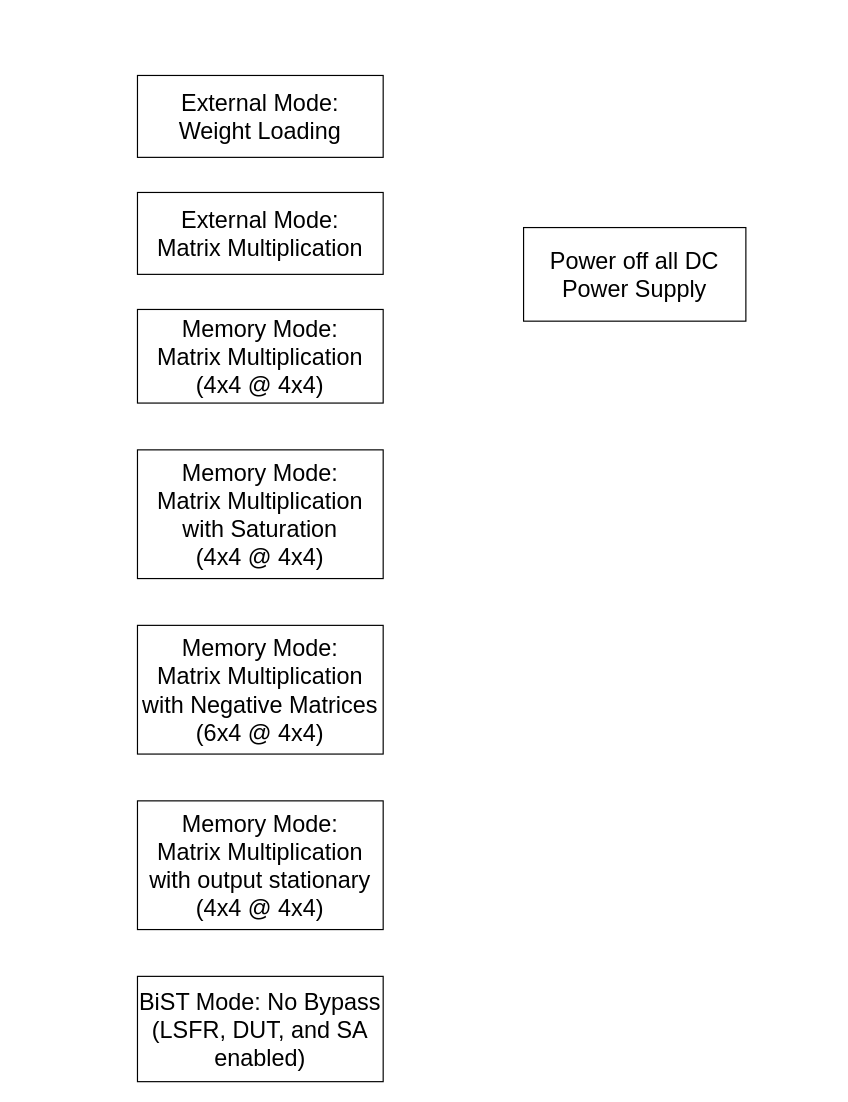
Earlier version of the draw.io diagram lecture/images/presentation_diagrams.drawio (1102131860/Validation_Chip_Characteristics). Source tidied: cells renumbered, new cells numbered last; positions are measured from the earlier drawing's top-left corner, leaving out a move shared by most shapes. Both pictures are drawn from the tidied source at 117%, with x=0, y=0 at pixel (137, 75).
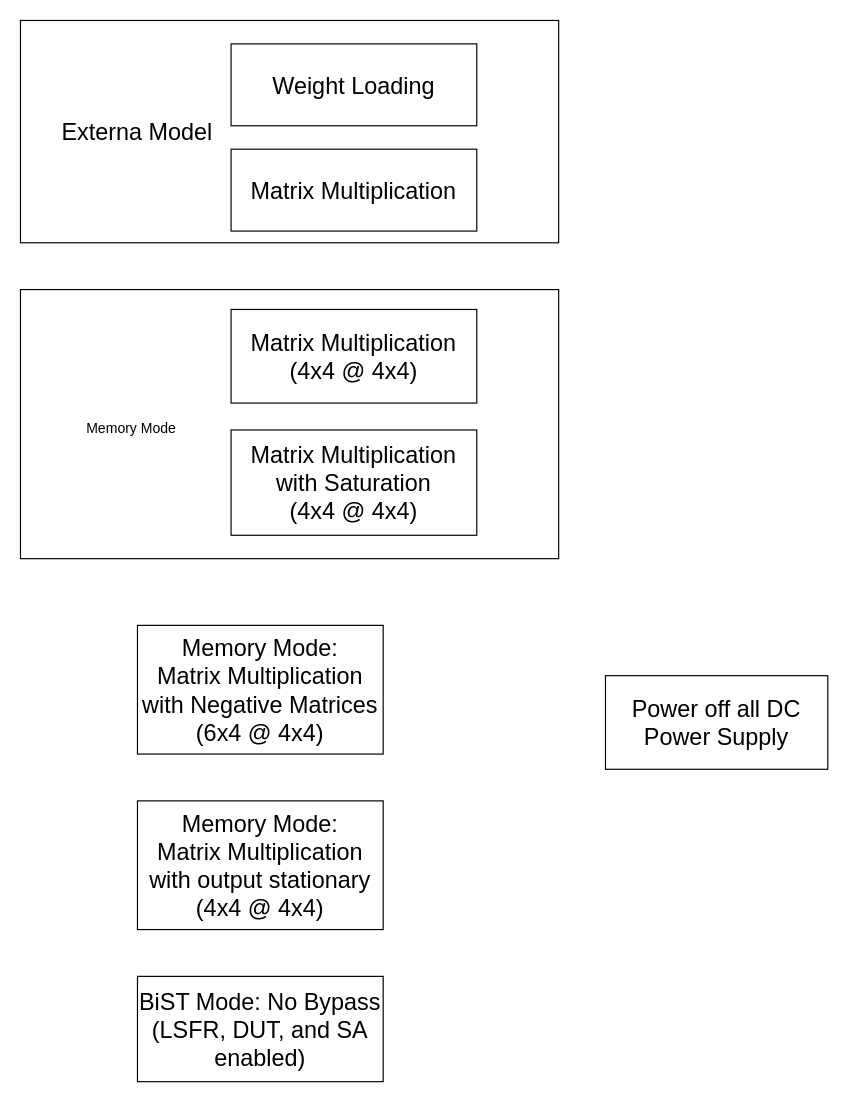
The same diagram, later.

Diff of the diagram source:
```diff
@@
 <mxGraphModel>
   <root>
     <mxCell id="0" />
     <mxCell id="1" parent="0" />
+    <mxCell id="10" style="rounded=0;whiteSpace=wrap;html=1;" parent="1" vertex="1">
+      <mxGeometry x="-100" y="183" width="460" height="230" as="geometry" />
+    </mxCell>
+    <mxCell id="11" style="rounded=0;whiteSpace=wrap;html=1;" parent="1" vertex="1">
+      <mxGeometry x="-100" y="-47" width="460" height="190" as="geometry" />
+    </mxCell>
-    <mxCell id="2" value="&lt;font style=&quot;font-size: 20px;&quot;&gt;External Mode: &lt;br&gt;Weight Loading&lt;/font&gt;" style="rounded=0;whiteSpace=wrap;html=1;" parent="1" vertex="1">
-      <mxGeometry width="210" height="70" as="geometry" />
+    <mxCell id="2" value="&lt;font style=&quot;font-size: 20px;&quot;&gt;Weight Loading&lt;/font&gt;" style="rounded=0;whiteSpace=wrap;html=1;" parent="1" vertex="1">
+      <mxGeometry x="80" y="-27" width="210" height="70" as="geometry" />
     </mxCell>
-    <mxCell id="3" value="&lt;font style=&quot;font-size: 20px;&quot;&gt;External Mode:&lt;br&gt;Matrix Multiplication&lt;/font&gt;" style="rounded=0;whiteSpace=wrap;html=1;" parent="1" vertex="1">
-      <mxGeometry y="100" width="210" height="70" as="geometry" />
+    <mxCell id="3" value="&lt;font style=&quot;font-size: 20px;&quot;&gt;Matrix Multiplication&lt;/font&gt;" style="rounded=0;whiteSpace=wrap;html=1;" parent="1" vertex="1">
+      <mxGeometry x="80" y="63" width="210" height="70" as="geometry" />
     </mxCell>
-    <mxCell id="4" value="&lt;font style=&quot;font-size: 20px;&quot;&gt;Memory Mode:&lt;br&gt;Matrix Multiplication (4x4 @ 4x4)&lt;/font&gt;" style="rounded=0;whiteSpace=wrap;html=1;" parent="1" vertex="1">
-      <mxGeometry y="200" width="210" height="80" as="geometry" />
+    <mxCell id="4" value="&lt;font style=&quot;font-size: 20px;&quot;&gt;Matrix Multiplication (4x4 @ 4x4)&lt;/font&gt;" style="rounded=0;whiteSpace=wrap;html=1;" parent="1" vertex="1">
+      <mxGeometry x="80" y="200" width="210" height="80" as="geometry" />
     </mxCell>
-    <mxCell id="5" value="&lt;font style=&quot;font-size: 20px;&quot;&gt;Memory Mode:&lt;br&gt;Matrix Multiplication with Saturation&lt;br&gt;(4x4 @ 4x4)&lt;/font&gt;" style="rounded=0;whiteSpace=wrap;html=1;" parent="1" vertex="1">
-      <mxGeometry y="320" width="210" height="110" as="geometry" />
+    <mxCell id="5" value="&lt;font style=&quot;font-size: 20px;&quot;&gt;Matrix Multiplication with Saturation&lt;br&gt;(4x4 @ 4x4)&lt;/font&gt;" style="rounded=0;whiteSpace=wrap;html=1;" parent="1" vertex="1">
+      <mxGeometry x="80" y="303" width="210" height="90" as="geometry" />
     </mxCell>
     <mxCell id="6" value="&lt;font style=&quot;font-size: 20px;&quot;&gt;Memory Mode:&lt;br&gt;Matrix Multiplication with Negative Matrices&lt;br&gt;(6x4 @ 4x4)&lt;/font&gt;" style="rounded=0;whiteSpace=wrap;html=1;" parent="1" vertex="1">
       <mxGeometry y="470" width="210" height="110" as="geometry" />
     </mxCell>
     <mxCell id="7" value="&lt;font style=&quot;font-size: 20px;&quot;&gt;Memory Mode:&lt;br&gt;Matrix Multiplication with output stationary&lt;br&gt;(4x4 @ 4x4)&lt;/font&gt;" style="rounded=0;whiteSpace=wrap;html=1;" parent="1" vertex="1">
       <mxGeometry y="620" width="210" height="110" as="geometry" />
     </mxCell>
     <mxCell id="8" value="&lt;span style=&quot;font-size: 20px;&quot;&gt;BiST Mode: No Bypass (LSFR, DUT, and SA enabled)&lt;/span&gt;" style="rounded=0;whiteSpace=wrap;html=1;" parent="1" vertex="1">
       <mxGeometry y="770" width="210" height="90" as="geometry" />
     </mxCell>
     <mxCell id="9" value="&lt;span style=&quot;font-size: 20px;&quot;&gt;Power off all DC Power Supply&lt;/span&gt;" style="rounded=0;whiteSpace=wrap;html=1;" parent="1" vertex="1">
-      <mxGeometry x="330" y="130" width="190" height="80" as="geometry" />
+      <mxGeometry x="400" y="513" width="190" height="80" as="geometry" />
     </mxCell>
+    <mxCell id="12" value="&lt;font style=&quot;font-size: 20px;&quot;&gt;Externa Model&lt;/font&gt;" style="text;html=1;whiteSpace=wrap;strokeColor=none;fillColor=none;align=center;verticalAlign=middle;rounded=0;" parent="1" vertex="1">
+      <mxGeometry x="-70" y="33" width="140" height="30" as="geometry" />
+    </mxCell>
+    <mxCell id="13" value="Memory Mode" style="text;html=1;whiteSpace=wrap;strokeColor=none;fillColor=none;align=center;verticalAlign=middle;rounded=0;" parent="1" vertex="1">
+      <mxGeometry x="-50" y="280" width="90" height="43" as="geometry" />
+    </mxCell>
   </root>
 </mxGraphModel>
```
